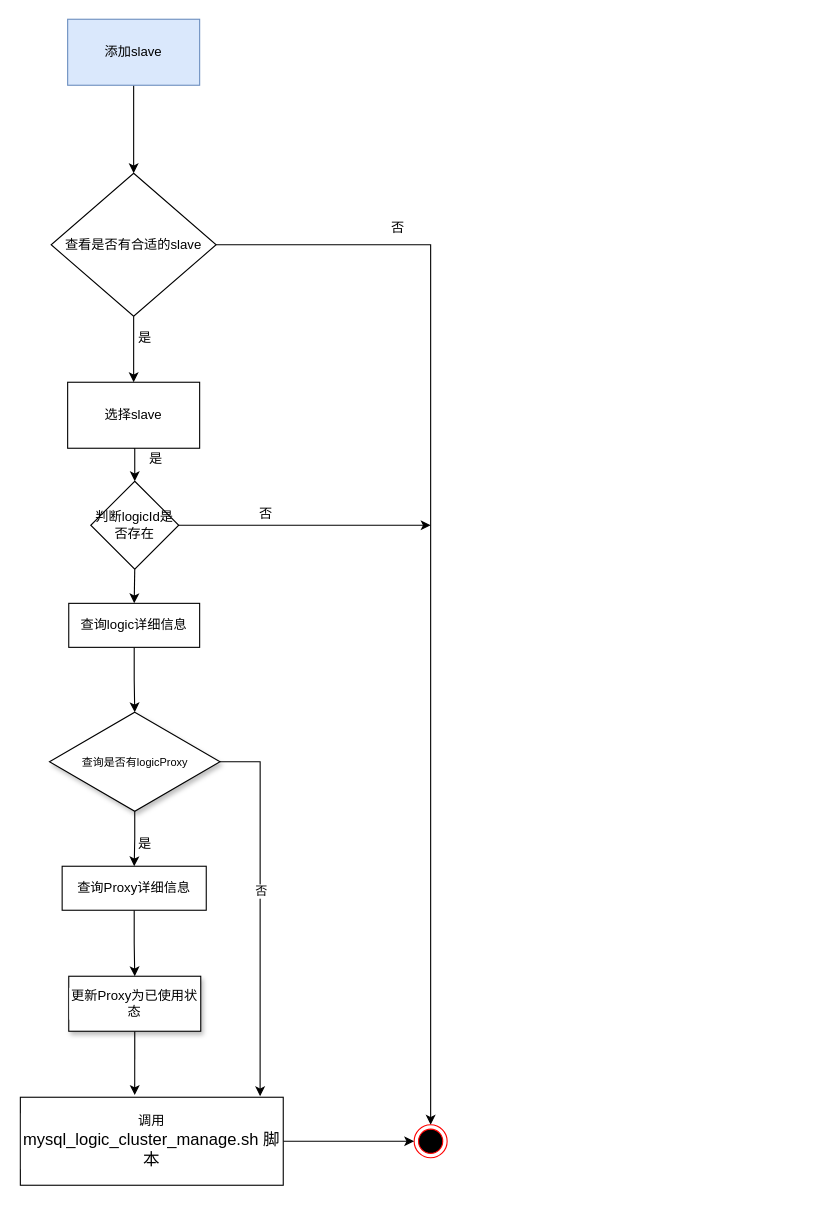
This is page "第 2 页" (2 of 2) of Untitled Diagram.drawio from DogerRain/image, a draw.io file, before an edit. Source tidied: cells renumbered, new cells numbered last; positions are measured from the earlier drawing's top-left corner, leaving out a move shared by most shapes. Both pictures are drawn from the tidied source at 110%, with x=0, y=0 at pixel (20, 19).
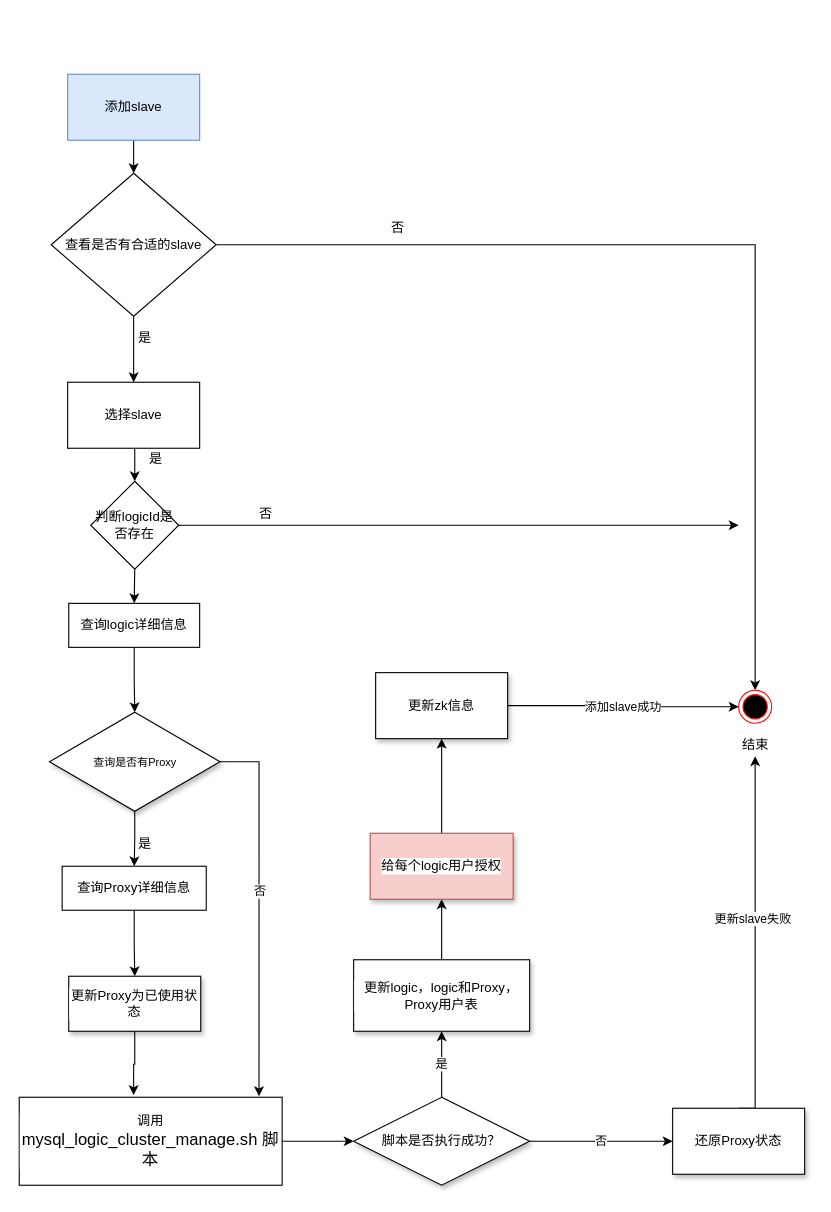
Above is the later version.

The change refers to these unchanged cells:
```xml
<mxCell id="13" value="判断logicId是否存在" style="rhombus;whiteSpace=wrap;html=1;" parent="1" vertex="1">
  <mxGeometry x="64" y="420" width="80" height="80" as="geometry" />
</mxCell>
```

Change to the diagram source:
```diff
@@
     <mxCell id="3" value="添加slave" style="rounded=0;whiteSpace=wrap;html=1;fillColor=#dae8fc;strokeColor=#6c8ebf;" parent="1" vertex="1">
-      <mxGeometry x="43" width="120" height="60" as="geometry" />
+      <mxGeometry x="43" y="50" width="120" height="60" as="geometry" />
     </mxCell>
@@
     <mxCell id="7" style="ellipse;html=1;shape=endState;fillColor=#000000;strokeColor=#ff0000;" parent="1" vertex="1">
-      <mxGeometry x="358" y="1005" width="30" height="30" as="geometry" />
+      <mxGeometry x="653" y="610" width="30" height="30" as="geometry" />
     </mxCell>
@@
     <mxCell id="12" style="edgeStyle=orthogonalEdgeStyle;rounded=0;jettySize=auto;html=1;exitX=1;exitY=0.5;exitDx=0;exitDy=0;fontColor=#000000;" parent="1" edge="1" source="13">
       <mxGeometry relative="1" as="geometry">
-        <mxPoint x="373" y="460" as="targetPoint" />
+        <mxPoint x="653" y="460" as="targetPoint" />
       </mxGeometry>
     </mxCell>
@@
-    <mxCell id="19" style="edgeStyle=orthogonalEdgeStyle;rounded=0;jettySize=auto;html=1;exitX=1;exitY=0.5;exitDx=0;exitDy=0;entryX=0;entryY=0.5;entryDx=0;entryDy=0;fontColor=#000000;" parent="1" edge="1" source="20" target="7">
-      <mxGeometry relative="1" as="geometry" />
-    </mxCell>
+    <mxCell id="30" style="edgeStyle=orthogonalEdgeStyle;rounded=0;jettySize=auto;html=1;exitX=1;exitY=0.5;exitDx=0;exitDy=0;entryX=0;entryY=0.5;entryDx=0;entryDy=0;fontColor=#000000;" parent="1" edge="1" source="20" target="34">
+      <mxGeometry relative="1" as="geometry" />
+    </mxCell>
     <mxCell id="20" value="调用&lt;span style=&quot;font-family: &amp;quot;source code pro&amp;quot;; font-size: 11.3pt;&quot;&gt;mysql_logic_cluster_manage.sh 脚本&lt;/span&gt;" style="rounded=0;whiteSpace=wrap;html=1;labelBackgroundColor=#ffffff;" parent="1" vertex="1">
-      <mxGeometry y="980" width="239" height="80" as="geometry" />
+      <mxGeometry x="-1" y="980" width="239" height="80" as="geometry" />
     </mxCell>
@@
-    <mxCell id="23" value="&lt;font size=&quot;1&quot;&gt;查询是否有logicProxy&lt;/font&gt;" style="rhombus;whiteSpace=wrap;html=1;shadow=1;labelBackgroundColor=#ffffff;fontColor=#000000;" parent="1" vertex="1">
+    <mxCell id="23" value="&lt;font size=&quot;1&quot;&gt;查询是否有Proxy&lt;/font&gt;" style="rhombus;whiteSpace=wrap;html=1;shadow=1;labelBackgroundColor=#ffffff;fontColor=#000000;" parent="1" vertex="1">
       <mxGeometry x="26.5" y="630" width="155" height="90" as="geometry" />
     </mxCell>
@@
+    <mxCell id="31" value="结束" style="text;html=1;align=center;verticalAlign=middle;points=[];strokeColor=none;fontColor=#000000;" parent="1" vertex="1">
+      <mxGeometry x="648" y="650" width="40" height="20" as="geometry" />
+    </mxCell>
+    <mxCell id="32" value="否" style="edgeStyle=orthogonalEdgeStyle;rounded=0;jettySize=auto;html=1;exitX=1;exitY=0.5;exitDx=0;exitDy=0;entryX=0;entryY=0.5;entryDx=0;entryDy=0;fontColor=#000000;" parent="1" edge="1" source="34" target="37">
+      <mxGeometry relative="1" as="geometry" />
+    </mxCell>
+    <mxCell id="33" value="是" style="edgeStyle=orthogonalEdgeStyle;rounded=0;jettySize=auto;html=1;exitX=0.5;exitY=0;exitDx=0;exitDy=0;entryX=0.5;entryY=1;entryDx=0;entryDy=0;fontColor=#000000;" parent="1" edge="1" source="34" target="39">
+      <mxGeometry relative="1" as="geometry" />
+    </mxCell>
+    <mxCell id="34" value="脚本是否执行成功？" style="rhombus;whiteSpace=wrap;html=1;shadow=1;labelBackgroundColor=#ffffff;fontColor=#000000;" parent="1" vertex="1">
+      <mxGeometry x="303" y="980" width="160" height="80" as="geometry" />
+    </mxCell>
+    <mxCell id="35" style="edgeStyle=orthogonalEdgeStyle;rounded=0;jettySize=auto;html=1;exitX=0.5;exitY=0;exitDx=0;exitDy=0;fontColor=#000000;" parent="1" edge="1" source="37" target="31">
+      <mxGeometry relative="1" as="geometry">
+        <Array as="points">
+          <mxPoint x="668" y="990" />
+        </Array>
+      </mxGeometry>
+    </mxCell>
+    <mxCell id="36" value="更新slave失败" style="edgeLabel;html=1;align=center;verticalAlign=middle;fontColor=#000000;" parent="35" vertex="1">
+      <mxGeometry x="0.12" y="3" relative="1" as="geometry" />
+    </mxCell>
+    <mxCell id="37" value="还原Proxy状态" style="rounded=0;whiteSpace=wrap;html=1;shadow=1;labelBackgroundColor=#ffffff;fontColor=#000000;" parent="1" vertex="1">
+      <mxGeometry x="593" y="990" width="120" height="60" as="geometry" />
+    </mxCell>
+    <mxCell id="38" style="edgeStyle=orthogonalEdgeStyle;rounded=0;jettySize=auto;html=1;entryX=0.5;entryY=1;entryDx=0;entryDy=0;fontColor=#000000;" parent="1" edge="1" source="39" target="43">
+      <mxGeometry relative="1" as="geometry" />
+    </mxCell>
+    <mxCell id="39" value="更新logic，logic和Proxy，Proxy用户表" style="rounded=0;whiteSpace=wrap;html=1;shadow=1;labelBackgroundColor=#ffffff;fontColor=#000000;" parent="1" vertex="1">
+      <mxGeometry x="303" y="855" width="160" height="65" as="geometry" />
+    </mxCell>
+    <mxCell id="40" value="添加slave成功" style="edgeStyle=orthogonalEdgeStyle;rounded=0;jettySize=auto;html=1;exitX=1;exitY=0.5;exitDx=0;exitDy=0;entryX=0;entryY=0.5;entryDx=0;entryDy=0;fontColor=#000000;" parent="1" edge="1" source="41" target="7">
+      <mxGeometry relative="1" as="geometry" />
+    </mxCell>
+    <mxCell id="41" value="更新zk信息" style="rounded=0;whiteSpace=wrap;html=1;shadow=1;labelBackgroundColor=#ffffff;fontColor=#000000;" parent="1" vertex="1">
+      <mxGeometry x="323" y="594" width="120" height="60" as="geometry" />
+    </mxCell>
+    <mxCell id="42" style="edgeStyle=orthogonalEdgeStyle;rounded=0;jettySize=auto;html=1;exitX=0.5;exitY=0;exitDx=0;exitDy=0;entryX=0.5;entryY=1;entryDx=0;entryDy=0;fontColor=#000000;" parent="1" edge="1" source="43" target="41">
+      <mxGeometry relative="1" as="geometry" />
+    </mxCell>
+    <mxCell id="43" value="给每个logic用户授权" style="rounded=0;whiteSpace=wrap;html=1;shadow=1;labelBackgroundColor=#ffffff;fillColor=#f8cecc;strokeColor=#b85450;" parent="1" vertex="1">
+      <mxGeometry x="318" y="740" width="130" height="60" as="geometry" />
+    </mxCell>
```
